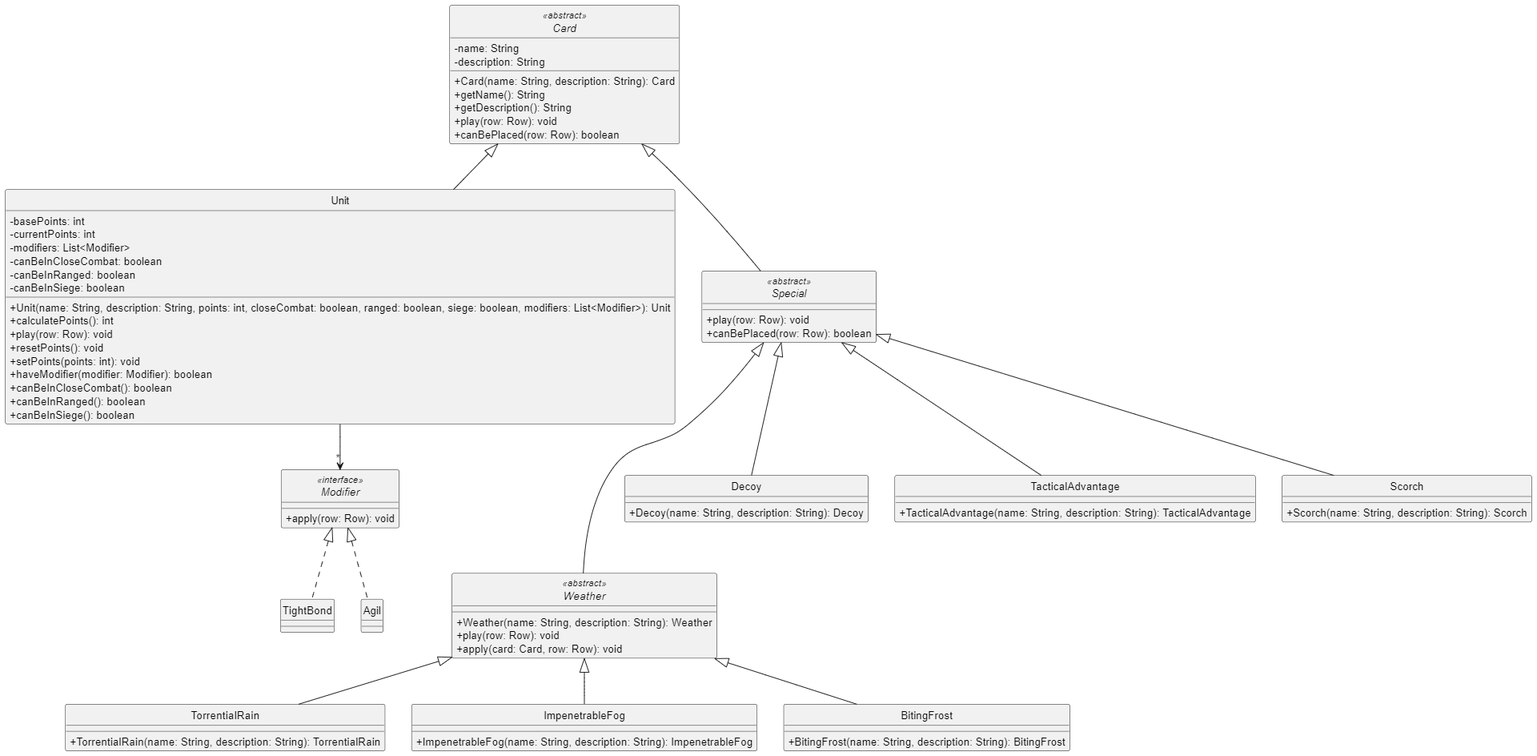
Before: diagrams/classes/cards.png, a diagram exported from PlantUML (Yonhir/algo3_proyecto_base_tp2). Its source is kept beside it as diagrams/classes/cards.plantuml.
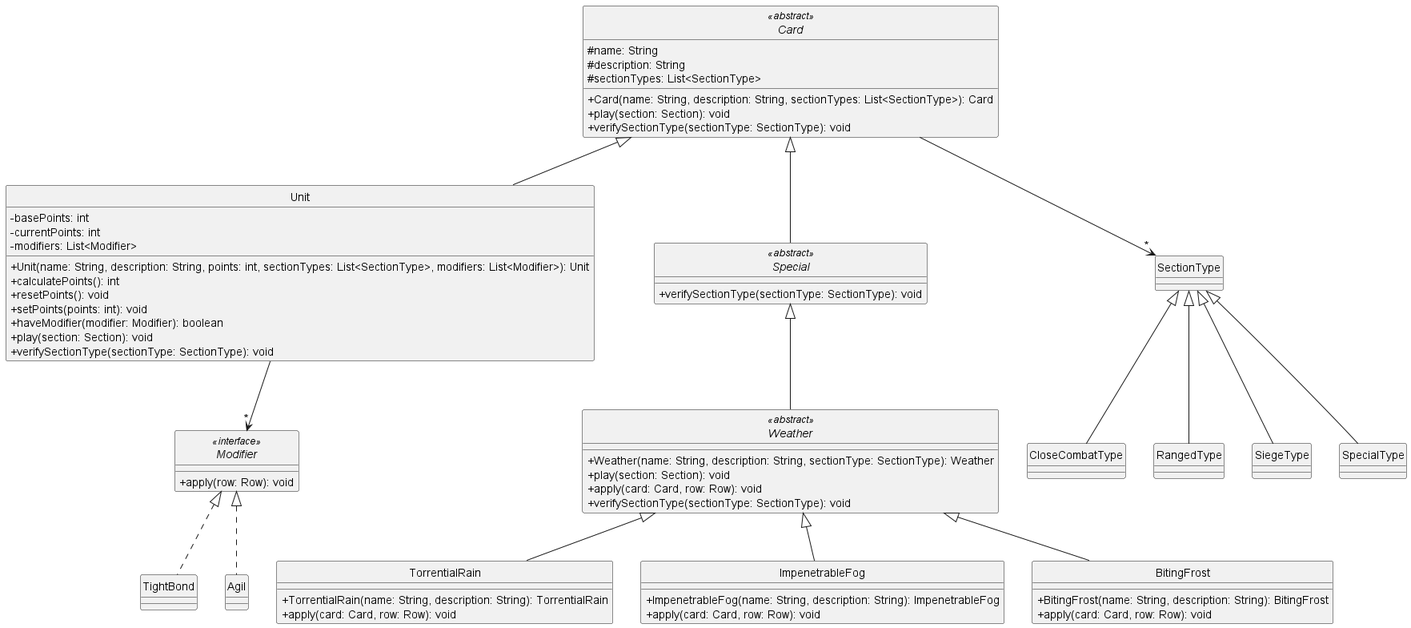
The same diagram one commit later.

Change to the diagram source:
```diff
@@ -6,66 +6,29 @@
 
 
 abstract class Card <<abstract>> {
-  -name: String
-  -description: String
-  +Card(name: String, description: String): Card
-  +getName(): String
-  +getDescription(): String
-  +play(row: Row): void
-  +canBePlaced(row: Row): boolean
+  #name: String
+  #description: String
+  #sectionTypes: List<SectionType>
+  +Card(name: String, description: String, sectionTypes: List<SectionType>): Card
+  +play(section: Section): void
+  +verifySectionType(sectionType: SectionType): void
 }
 
 class Unit {
   -basePoints: int
   -currentPoints: int
   -modifiers: List<Modifier>
-  -canBeInCloseCombat: boolean
-  -canBeInRanged: boolean
-  -canBeInSiege: boolean
-  +Unit(name: String, description: String, points: int, closeCombat: boolean, ranged: boolean, siege: boolean, modifiers: List<Modifier>): Unit
+  +Unit(name: String, description: String, points: int, sectionTypes: List<SectionType>, modifiers: List<Modifier>): Unit
   +calculatePoints(): int
-  +play(row: Row): void
   +resetPoints(): void
   +setPoints(points: int): void
   +haveModifier(modifier: Modifier): boolean
-  +canBeInCloseCombat(): boolean
-  +canBeInRanged(): boolean
-  +canBeInSiege(): boolean
+  +play(section: Section): void
+  +verifySectionType(sectionType: SectionType): void
 }
 
 abstract class Special <<abstract>> {
-  +play(row: Row): void
-  +canBePlaced(row: Row): boolean
-}
-
-abstract class Weather <<abstract>> {
-  +Weather(name: String, description: String): Weather
-  +play(row: Row): void
-  +apply(card: Card, row: Row): void
-}
-
-class TorrentialRain {
-  +TorrentialRain(name: String, description: String): TorrentialRain
-}
-
-class ImpenetrableFog {
-  +ImpenetrableFog(name: String, description: String): ImpenetrableFog
-}
-
-class BitingFrost {
-  +BitingFrost(name: String, description: String): BitingFrost
-}
-
-class Decoy {
-  +Decoy(name: String, description: String): Decoy
-}
-
-class TacticalAdvantage {
-  +TacticalAdvantage(name: String, description: String): TacticalAdvantage
-}
-
-class Scorch {
-  +Scorch(name: String, description: String): Scorch
+  +verifySectionType(sectionType: SectionType): void
 }
 
 interface Modifier <<interface>> {
@@ -78,19 +41,45 @@
 class Agil {
 }
 
+abstract class Weather <<abstract>> {
+  +Weather(name: String, description: String, sectionType: SectionType): Weather
+  +play(section: Section): void
+  +apply(card: Card, row: Row): void
+  +verifySectionType(sectionType: SectionType): void
+}
+
+class TorrentialRain {
+  +TorrentialRain(name: String, description: String): TorrentialRain
+  +apply(card: Card, row: Row): void
+}
+
+class ImpenetrableFog {
+  +ImpenetrableFog(name: String, description: String): ImpenetrableFog
+  +apply(card: Card, row: Row): void
+}
+
+class BitingFrost {
+  +BitingFrost(name: String, description: String): BitingFrost
+  +apply(card: Card, row: Row): void
+}
+
 
 Card <|-- Unit
 Card <|-- Special
+
+Card --> "*" SectionType
+
+SectionType <|-- CloseCombatType
+SectionType <|-- RangedType
+SectionType <|-- SiegeType
+SectionType <|-- SpecialType
 
 Unit --> "*" Modifier
 
 Modifier <|.. TightBond
 Modifier <|.. Agil
 
-Special <|-- Decoy
-Special <|-- TacticalAdvantage
-Special <|-- Scorch
-Special <|--- Weather
+Special <|-- Weather
 
 Weather <|-- TorrentialRain
 Weather <|-- ImpenetrableFog
```
